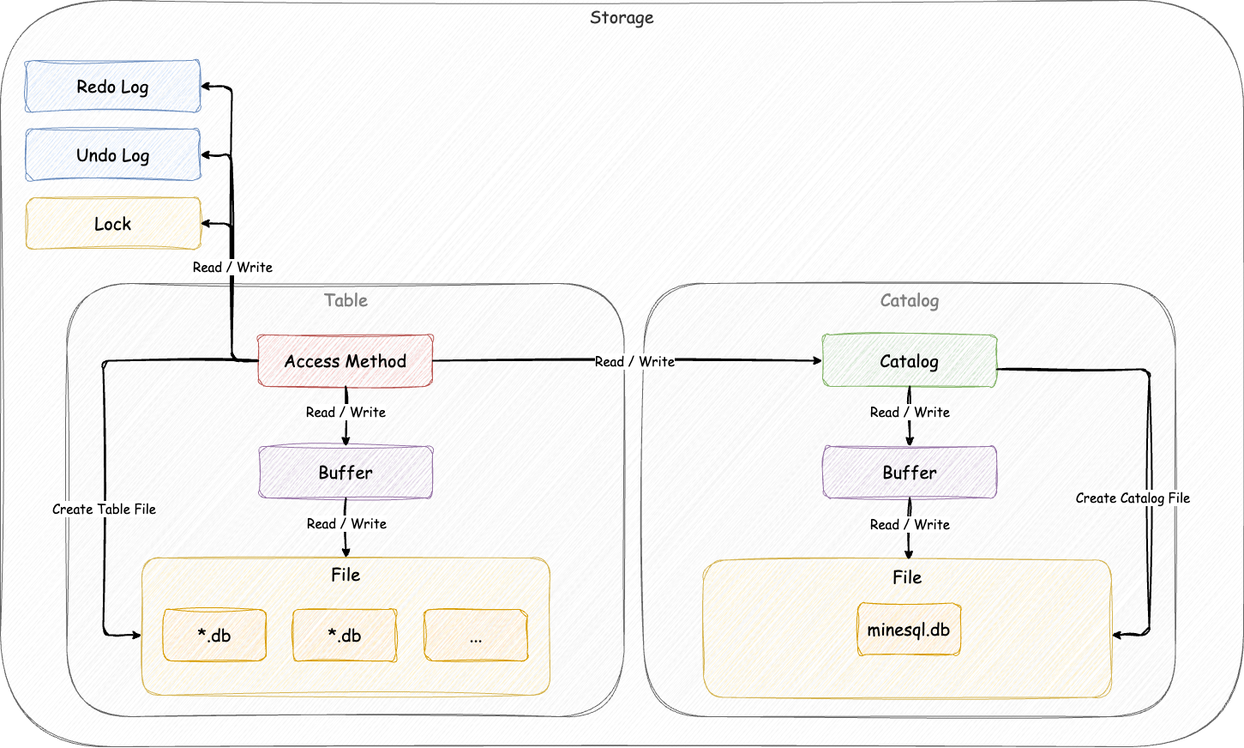
Earlier version of the draw.io export docs/architecture/architecture.drawio.png (ren-yamanashi/minesql). Source tidied: cells renumbered, new cells last; positions are measured from the earlier drawing's top-left corner, leaving out a move shared by most shapes.
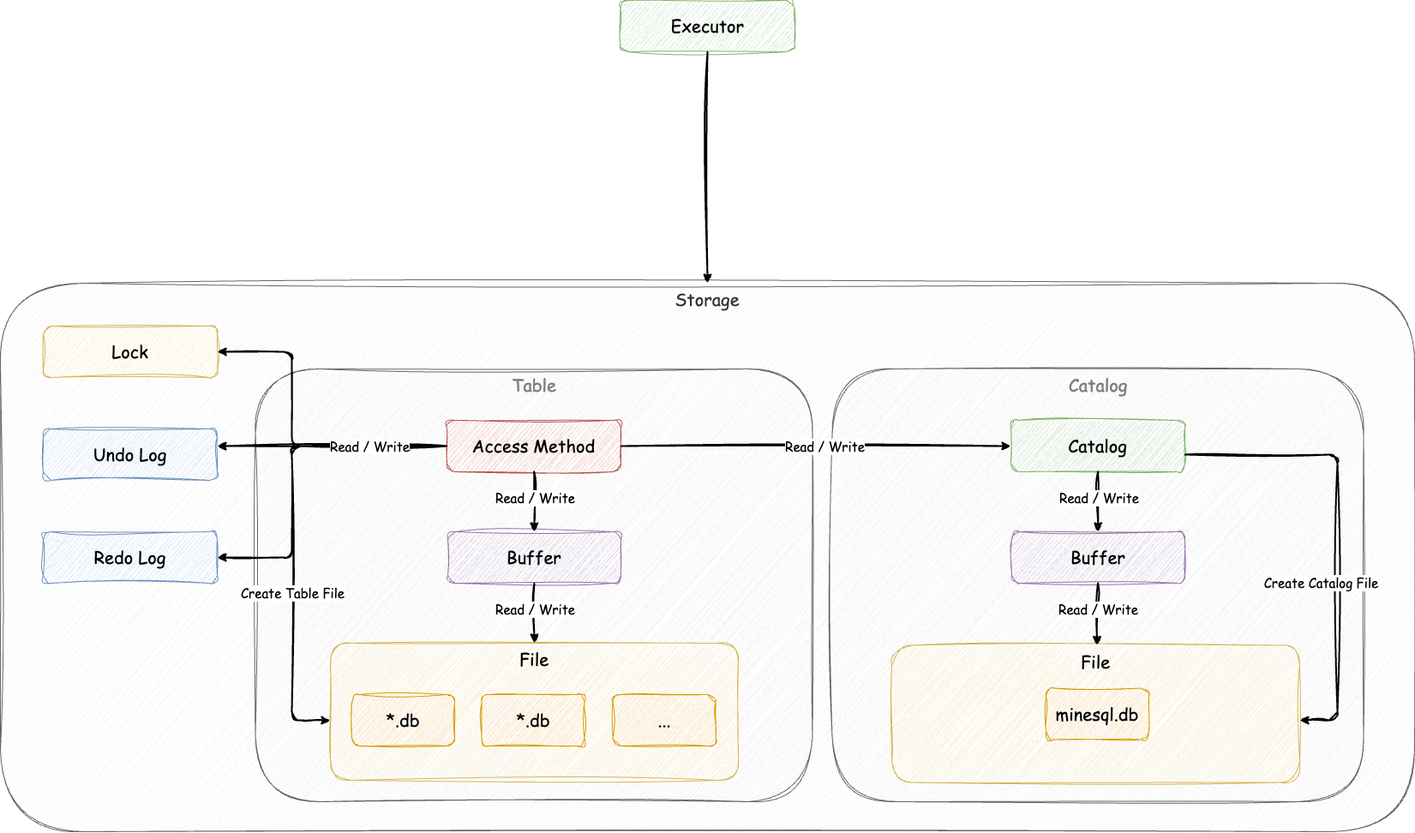
The same diagram one commit later.

Change to the diagram source:
```diff
@@ -3,7 +3,7 @@
     <mxCell id="0" />
     <mxCell id="1" parent="0" />
     <mxCell id="2" value="&lt;font face=&quot;Comic Sans MS&quot;&gt;Storage&lt;/font&gt;" style="rounded=1;whiteSpace=wrap;html=1;sketch=1;curveFitting=1;jiggle=2;fontSize=20;fillColor=#f5f5f5;strokeColor=#666666;verticalAlign=top;fontColor=#333333;" parent="1" vertex="1">
-      <mxGeometry width="1450" height="870" as="geometry" />
+      <mxGeometry x="-220" y="230" width="1650" height="640" as="geometry" />
     </mxCell>
     <mxCell id="3" value="&lt;font style=&quot;color: rgb(128, 128, 128);&quot; face=&quot;Comic Sans MS&quot;&gt;Table&lt;/font&gt;" style="rounded=1;whiteSpace=wrap;html=1;sketch=1;curveFitting=1;jiggle=2;fontSize=20;horizontal=1;verticalAlign=top;fillColor=#f5f5f5;fontColor=#333333;strokeColor=#666666;" parent="1" vertex="1">
       <mxGeometry x="77.5" y="330" width="650" height="505" as="geometry" />
@@ -11,54 +11,24 @@
     <mxCell id="4" value="&lt;font style=&quot;color: rgb(128, 128, 128);&quot; face=&quot;Comic Sans MS&quot;&gt;Catalog&lt;/font&gt;" style="rounded=1;whiteSpace=wrap;html=1;sketch=1;curveFitting=1;jiggle=2;fontSize=20;horizontal=1;verticalAlign=top;fillColor=#f5f5f5;fontColor=#333333;strokeColor=#666666;" parent="1" vertex="1">
       <mxGeometry x="750.5" y="330" width="620" height="505" as="geometry" />
     </mxCell>
-    <mxCell id="5" style="endArrow=classic;html=1;sketch=1;curveFitting=1;jiggle=2;strokeWidth=2;" parent="1" edge="1" source="x">
-      <mxGeometry relative="1" as="geometry">
-        <mxPoint x="1770.9" y="450" as="targetPoint" />
-      </mxGeometry>
-    </mxCell>
-    <mxCell id="6" value="&lt;font face=&quot;Comic Sans MS&quot; style=&quot;font-size: 15px;&quot;&gt;Read / Write&lt;/font&gt;" style="edgeLabel;html=1;align=center;verticalAlign=middle;" parent="5" vertex="1">
-      <mxGeometry x="-0.3" y="4" relative="1" as="geometry">
-        <mxPoint x="-4" y="5" as="offset" />
-      </mxGeometry>
-    </mxCell>
-    <mxCell id="7" style="endArrow=classic;html=1;sketch=1;curveFitting=1;jiggle=2;strokeWidth=2;" parent="1" edge="1" source="x">
-      <mxGeometry relative="1" as="geometry">
-        <mxPoint x="1990" y="330" as="targetPoint" />
-      </mxGeometry>
-    </mxCell>
-    <mxCell id="8" value="&lt;font face=&quot;Comic Sans MS&quot; style=&quot;font-size: 15px;&quot;&gt;Read / Write&lt;/font&gt;" style="edgeLabel;html=1;align=center;verticalAlign=middle;" parent="7" vertex="1">
-      <mxGeometry x="-0.3" y="4" relative="1" as="geometry">
-        <mxPoint x="13" y="4" as="offset" />
-      </mxGeometry>
-    </mxCell>
-    <mxCell id="9" style="endArrow=classic;html=1;sketch=1;curveFitting=1;jiggle=2;strokeWidth=2;" parent="1" edge="1" source="x">
-      <mxGeometry relative="1" as="geometry">
-        <mxPoint x="1873.9" y="450" as="targetPoint" />
-      </mxGeometry>
-    </mxCell>
-    <mxCell id="10" value="&lt;font face=&quot;Comic Sans MS&quot; style=&quot;font-size: 15px;&quot;&gt;Read / Write&lt;/font&gt;" style="edgeLabel;html=1;align=center;verticalAlign=middle;" parent="9" vertex="1">
-      <mxGeometry x="-0.3" y="4" relative="1" as="geometry">
-        <mxPoint x="-25" y="5" as="offset" />
-      </mxGeometry>
-    </mxCell>
     <mxCell id="11" value="&lt;font face=&quot;Comic Sans MS&quot;&gt;Lock&lt;/font&gt;" style="rounded=1;whiteSpace=wrap;html=1;sketch=1;curveFitting=1;jiggle=2;fontSize=20;fillColor=#fff2cc;strokeColor=#d6b656;" parent="1" vertex="1">
-      <mxGeometry x="30" y="230" width="203" height="60" as="geometry" />
+      <mxGeometry x="-170" y="280" width="203" height="60" as="geometry" />
     </mxCell>
     <mxCell id="12" style="endArrow=classic;html=1;sketch=1;curveFitting=1;jiggle=2;strokeWidth=2;edgeStyle=orthogonalEdgeStyle;" parent="1" edge="1" source="21" target="11">
       <mxGeometry relative="1" as="geometry">
         <Array as="points">
-          <mxPoint x="270" y="420" />
-          <mxPoint x="270" y="260" />
+          <mxPoint x="120" y="420" />
+          <mxPoint x="120" y="310" />
         </Array>
       </mxGeometry>
     </mxCell>
     <mxCell id="13" value="&lt;font face=&quot;Comic Sans MS&quot; style=&quot;font-size: 15px;&quot;&gt;Read / Write&lt;/font&gt;" style="edgeLabel;html=1;align=center;verticalAlign=middle;" parent="12" vertex="1">
       <mxGeometry x="-0.3" y="4" relative="1" as="geometry">
-        <mxPoint x="4" y="-61" as="offset" />
+        <mxPoint x="42" y="-4" as="offset" />
       </mxGeometry>
     </mxCell>
     <mxCell id="14" value="&lt;font face=&quot;Comic Sans MS&quot;&gt;Undo Log&lt;/font&gt;" style="rounded=1;whiteSpace=wrap;html=1;sketch=1;curveFitting=1;jiggle=2;fontSize=20;fillColor=#dae8fc;strokeColor=#6c8ebf;" parent="1" vertex="1">
-      <mxGeometry x="30" y="150" width="203" height="60" as="geometry" />
+      <mxGeometry x="-170" y="400" width="203" height="60" as="geometry" />
     </mxCell>
     <mxCell id="15" value="&lt;font face=&quot;Comic Sans MS&quot;&gt;Buffer&lt;/font&gt;" style="rounded=1;whiteSpace=wrap;html=1;sketch=1;curveFitting=1;jiggle=2;fontSize=20;fillColor=#e1d5e7;strokeColor=#9673a6;" parent="1" vertex="1">
       <mxGeometry x="302" y="520" width="202" height="60" as="geometry" />
@@ -165,31 +135,37 @@
     <mxCell id="41" style="endArrow=classic;html=1;sketch=1;curveFitting=1;jiggle=2;strokeWidth=2;edgeStyle=orthogonalEdgeStyle;" parent="1" edge="1" source="21" target="14">
       <mxGeometry relative="1" as="geometry">
         <Array as="points">
-          <mxPoint x="270" y="420" />
-          <mxPoint x="270" y="180" />
+          <mxPoint x="412" y="420" />
+          <mxPoint x="412" y="430" />
         </Array>
       </mxGeometry>
     </mxCell>
     <mxCell id="42" value="&lt;font face=&quot;Comic Sans MS&quot; style=&quot;font-size: 15px;&quot;&gt;Read / Write&lt;/font&gt;" style="edgeLabel;html=1;align=center;verticalAlign=middle;" parent="41" vertex="1">
       <mxGeometry x="-0.3" y="4" relative="1" as="geometry">
-        <mxPoint x="4" y="-34" as="offset" />
+        <mxPoint x="4" y="-4" as="offset" />
       </mxGeometry>
     </mxCell>
     <mxCell id="43" value="&lt;font face=&quot;Comic Sans MS&quot;&gt;Redo Log&lt;/font&gt;" style="rounded=1;whiteSpace=wrap;html=1;sketch=1;curveFitting=1;jiggle=2;fontSize=20;fillColor=#dae8fc;strokeColor=#6c8ebf;" parent="1" vertex="1">
-      <mxGeometry x="30" y="70" width="203" height="60" as="geometry" />
+      <mxGeometry x="-170" y="520" width="203" height="60" as="geometry" />
     </mxCell>
     <mxCell id="44" style="endArrow=classic;html=1;sketch=1;curveFitting=1;jiggle=2;strokeWidth=2;edgeStyle=orthogonalEdgeStyle;" parent="1" edge="1" source="21" target="43">
       <mxGeometry relative="1" as="geometry">
         <Array as="points">
-          <mxPoint x="270" y="420" />
-          <mxPoint x="270" y="100" />
+          <mxPoint x="120" y="420" />
+          <mxPoint x="120" y="550" />
         </Array>
       </mxGeometry>
     </mxCell>
     <mxCell id="45" value="&lt;font face=&quot;Comic Sans MS&quot; style=&quot;font-size: 15px;&quot;&gt;Read / Write&lt;/font&gt;" style="edgeLabel;html=1;align=center;verticalAlign=middle;" parent="44" vertex="1">
       <mxGeometry x="-0.3" y="4" relative="1" as="geometry">
-        <mxPoint x="4" y="-5" as="offset" />
+        <mxPoint x="49" y="-4" as="offset" />
       </mxGeometry>
     </mxCell>
+    <mxCell id="46" value="&lt;font face=&quot;Comic Sans MS&quot;&gt;Executor&lt;/font&gt;" style="rounded=1;whiteSpace=wrap;html=1;sketch=1;curveFitting=1;jiggle=2;fontSize=20;fillColor=#d5e8d4;strokeColor=#82b366;" parent="1" vertex="1">
+      <mxGeometry x="503.5" y="-100" width="203" height="60" as="geometry" />
+    </mxCell>
+    <mxCell id="47" style="endArrow=classic;html=1;sketch=1;curveFitting=1;jiggle=2;strokeWidth=2;" parent="1" edge="1" source="46" target="2">
+      <mxGeometry relative="1" as="geometry" />
+    </mxCell>
   </root>
 </mxGraphModel>
```
